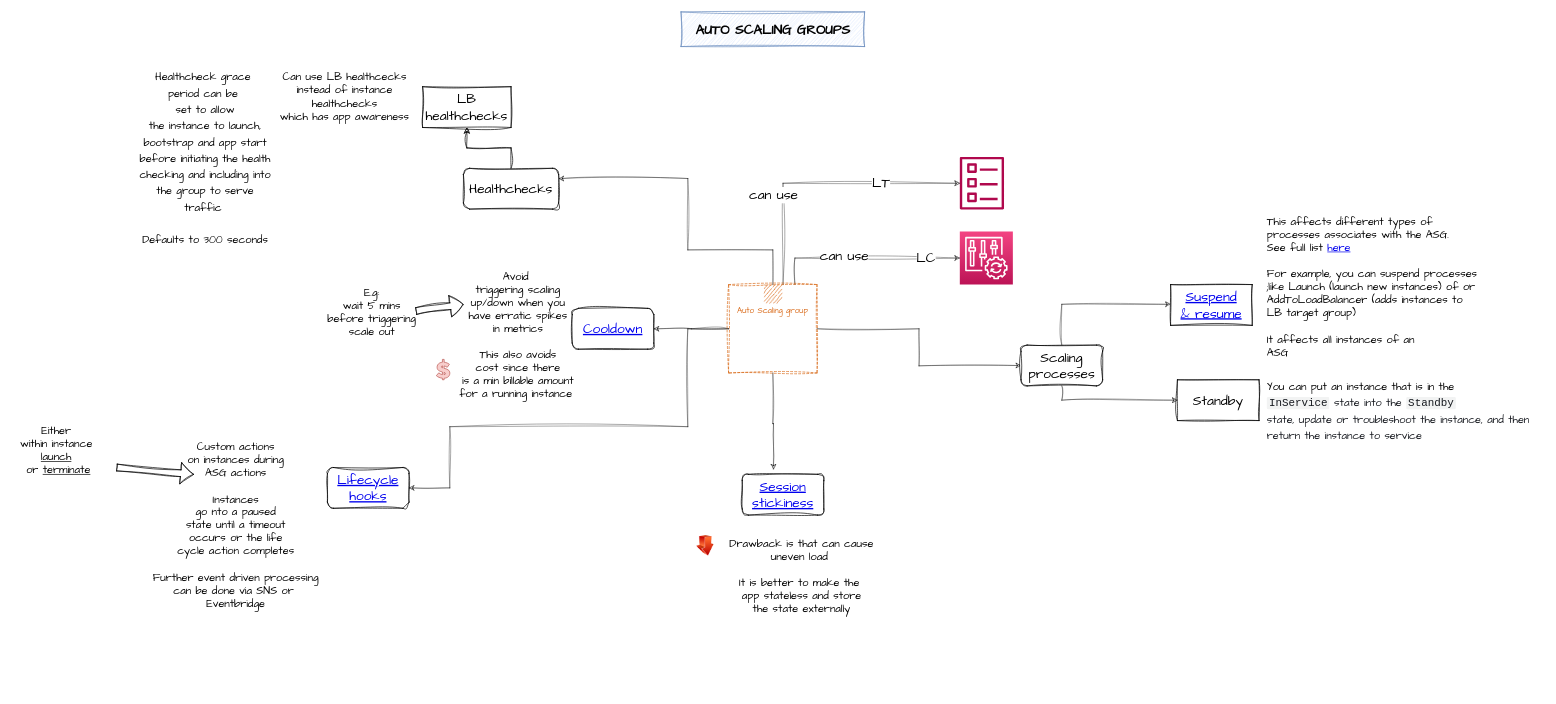
Above: page "ASG" (3 of 4) of docs/ASG/ha-scaling.drawio in iamsecb/aws-illustrated (draw.io), before the change. Source tidied: cells renumbered, new cells numbered last; positions are measured from the earlier drawing's top-left corner, leaving out a move shared by most shapes. Both pictures are drawn from the tidied source at 68%, with x=0, y=0 at pixel (12, 12).
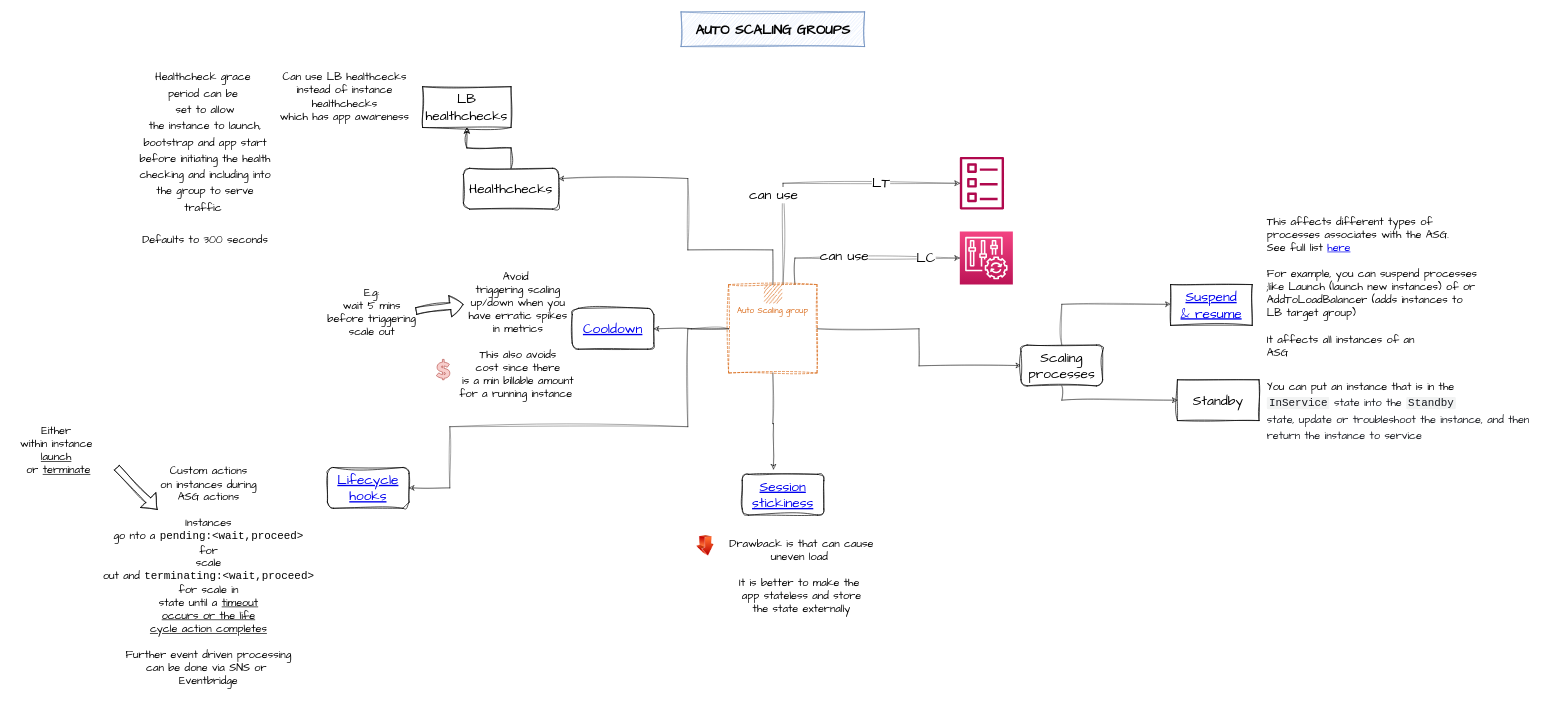
The same page after the edit.

The edit, as a diff of the source:
```diff
@@
-    <mxCell id="2" value="Custom actions&lt;br style=&quot;font-size: 16px;&quot;&gt;on instances during &lt;br style=&quot;font-size: 16px;&quot;&gt;ASG actions&lt;br style=&quot;font-size: 16px;&quot;&gt;&lt;br style=&quot;font-size: 16px;&quot;&gt;Instances&lt;br style=&quot;font-size: 16px;&quot;&gt;go nto a paused&lt;br style=&quot;font-size: 16px;&quot;&gt;state until a timeout&lt;br style=&quot;font-size: 16px;&quot;&gt;occurs or the life&lt;br style=&quot;font-size: 16px;&quot;&gt;cycle action completes&lt;br style=&quot;font-size: 16px;&quot;&gt;&lt;br style=&quot;font-size: 16px;&quot;&gt;Further event driven processing&lt;br style=&quot;font-size: 16px;&quot;&gt;can be done via SNS or&amp;nbsp;&lt;br style=&quot;font-size: 16px;&quot;&gt;Eventbridge" style="text;html=1;align=center;verticalAlign=middle;points=[];strokeColor=none;fillColor=none;fontSize=16;fontFamily=Architects Daughter;" parent="1" vertex="1">
-      <mxGeometry x="194" y="625" width="270" height="260" as="geometry" />
+    <mxCell id="2" value="Custom actions&lt;br style=&quot;font-size: 16px;&quot;&gt;on instances during &lt;br style=&quot;font-size: 16px;&quot;&gt;ASG actions&lt;br style=&quot;font-size: 16px;&quot;&gt;&lt;br style=&quot;font-size: 16px;&quot;&gt;Instances&lt;br style=&quot;font-size: 16px;&quot;&gt;go nto a &lt;font face=&quot;Courier New&quot;&gt;pending:&amp;lt;wait,proceed&amp;gt;&lt;/font&gt; &lt;br&gt;for &lt;br&gt;scale&lt;br&gt;out and &lt;font face=&quot;Courier New&quot;&gt;terminating:&amp;lt;wait,proceed&amp;gt; &lt;/font&gt;&lt;br&gt;for scale in&lt;br style=&quot;font-size: 16px;&quot;&gt;state until a &lt;u&gt;timeout&lt;br style=&quot;font-size: 16px;&quot;&gt;occurs or the life&lt;br style=&quot;font-size: 16px;&quot;&gt;cycle action completes&lt;br style=&quot;font-size: 16px;&quot;&gt;&lt;/u&gt;&lt;br style=&quot;font-size: 16px;&quot;&gt;Further event driven processing&lt;br style=&quot;font-size: 16px;&quot;&gt;can be done via SNS or&amp;nbsp;&lt;br style=&quot;font-size: 16px;&quot;&gt;Eventbridge" style="text;html=1;align=center;verticalAlign=middle;points=[];strokeColor=none;fillColor=none;fontSize=16;fontFamily=Architects Daughter;" parent="1" vertex="1">
+      <mxGeometry x="124" y="660" width="330" height="340" as="geometry" />
     </mxCell>
```
